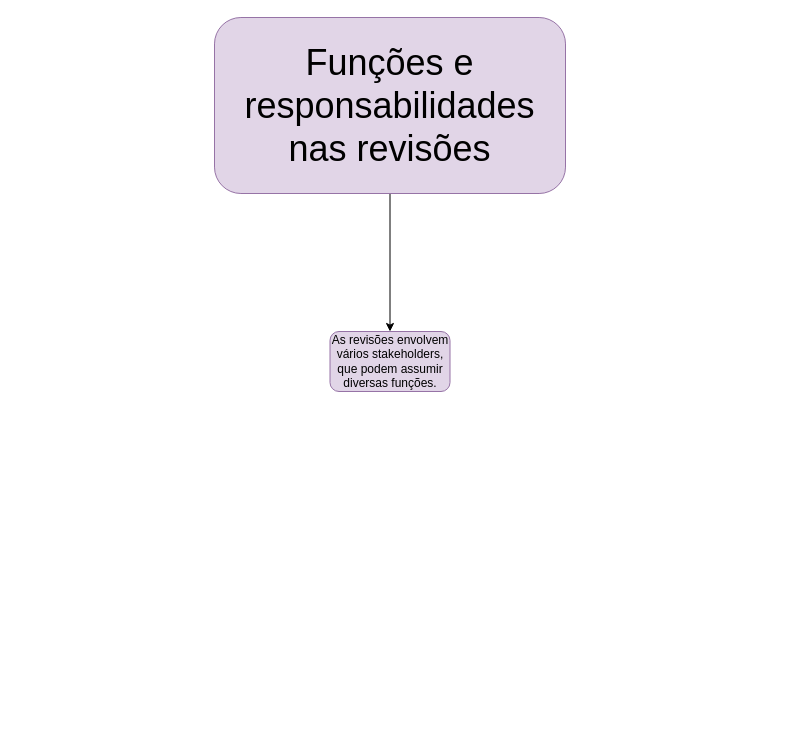
Natalirodriguess/estudos keeps this draw.io diagram as page "Subtopico 3.2.3" (7 of 9) of capitulo3.drawio. Above is the earlier version. Source tidied: cells renumbered, new cells numbered last; positions are measured from the earlier drawing's top-left corner, leaving out a move shared by most shapes. Both pictures are drawn from the tidied source at 100%, with x=0, y=0 at pixel (214, 17).
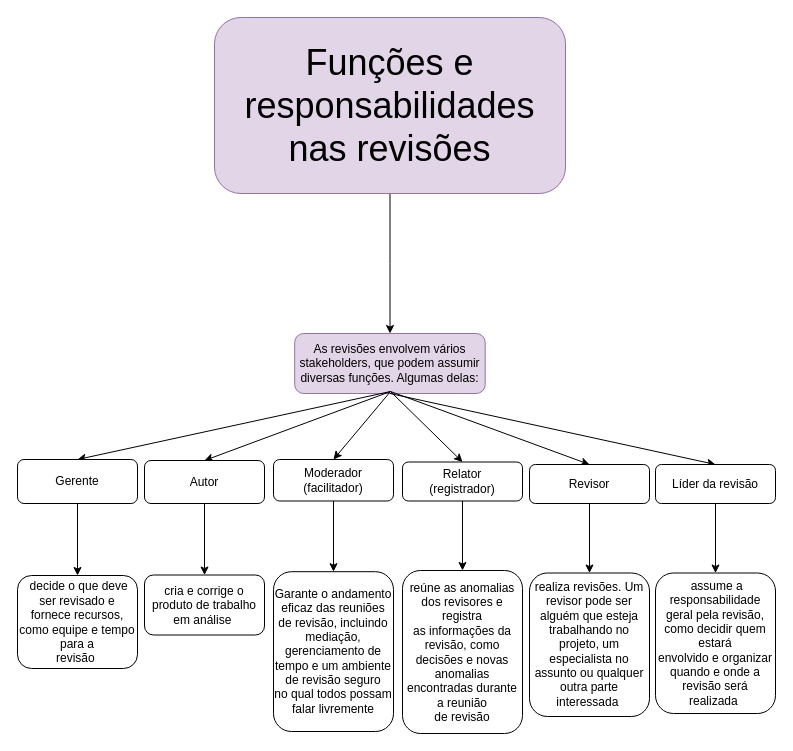
The same page after the edit.

The edit, as a diff of the source:
```diff
@@
-    <mxCell id="4" value="As revisões envolvem vários stakeholders, que podem assumir diversas funções." style="whiteSpace=wrap;html=1;fillColor=#e1d5e7;strokeColor=#9673a6;rounded=1;" parent="1" vertex="1">
-      <mxGeometry x="115.5" y="314" width="120" height="60" as="geometry" />
+    <mxCell id="4" value="As revisões envolvem vários stakeholders, que podem assumir diversas funções. Algumas delas:" style="whiteSpace=wrap;html=1;fillColor=#e1d5e7;strokeColor=#9673a6;rounded=1;" parent="1" vertex="1">
+      <mxGeometry x="80.2" y="316" width="190.5" height="60" as="geometry" />
     </mxCell>
+    <mxCell id="5" style="endArrow=classic;html=1;rounded=0;exitX=0.5;exitY=1;exitDx=0;exitDy=0;entryX=0.5;entryY=0;entryDx=0;entryDy=0;" parent="1" edge="1" target="7">
+      <mxGeometry relative="1" as="geometry">
+        <mxPoint x="176" y="374" as="sourcePoint" />
+      </mxGeometry>
+    </mxCell>
+    <mxCell id="6" style="edgeStyle=orthogonalEdgeStyle;rounded=0;jettySize=auto;html=1;" parent="1" edge="1" source="7" target="23">
+      <mxGeometry relative="1" as="geometry" />
+    </mxCell>
+    <mxCell id="7" value="Gerente" style="rounded=1;whiteSpace=wrap;html=1;" parent="1" vertex="1">
+      <mxGeometry x="-197" y="442" width="120" height="44" as="geometry" />
+    </mxCell>
+    <mxCell id="8" style="endArrow=classic;html=1;rounded=0;exitX=0.5;exitY=1;exitDx=0;exitDy=0;entryX=0.5;entryY=0;entryDx=0;entryDy=0;" parent="1" edge="1" target="10">
+      <mxGeometry relative="1" as="geometry">
+        <mxPoint x="176" y="374" as="sourcePoint" />
+      </mxGeometry>
+    </mxCell>
+    <mxCell id="9" style="edgeStyle=orthogonalEdgeStyle;rounded=0;jettySize=auto;html=1;" parent="1" edge="1" source="10" target="24">
+      <mxGeometry relative="1" as="geometry" />
+    </mxCell>
+    <mxCell id="10" value="Autor" style="rounded=1;whiteSpace=wrap;html=1;" parent="1" vertex="1">
+      <mxGeometry x="-70" y="443" width="120" height="43" as="geometry" />
+    </mxCell>
+    <mxCell id="11" style="endArrow=classic;html=1;rounded=0;exitX=0.5;exitY=1;exitDx=0;exitDy=0;entryX=0.5;entryY=0;entryDx=0;entryDy=0;" parent="1" edge="1" target="13">
+      <mxGeometry relative="1" as="geometry">
+        <mxPoint x="176" y="374" as="sourcePoint" />
+      </mxGeometry>
+    </mxCell>
+    <mxCell id="12" style="edgeStyle=orthogonalEdgeStyle;rounded=0;jettySize=auto;html=1;" parent="1" edge="1" source="13" target="25">
+      <mxGeometry relative="1" as="geometry" />
+    </mxCell>
+    <mxCell id="13" value="&lt;div&gt;Moderador&lt;br&gt;(&lt;span style=&quot;background-color: initial;&quot;&gt;facilitador)&lt;/span&gt;&lt;/div&gt;" style="rounded=1;whiteSpace=wrap;html=1;" parent="1" vertex="1">
+      <mxGeometry x="59" y="442" width="120" height="41.5" as="geometry" />
+    </mxCell>
+    <mxCell id="14" style="endArrow=classic;html=1;rounded=0;exitX=0.5;exitY=1;exitDx=0;exitDy=0;entryX=0.5;entryY=0;entryDx=0;entryDy=0;" parent="1" edge="1" target="16">
+      <mxGeometry relative="1" as="geometry">
+        <mxPoint x="176" y="374" as="sourcePoint" />
+      </mxGeometry>
+    </mxCell>
+    <mxCell id="15" style="edgeStyle=orthogonalEdgeStyle;rounded=0;jettySize=auto;html=1;" parent="1" edge="1" source="16" target="26">
+      <mxGeometry relative="1" as="geometry" />
+    </mxCell>
+    <mxCell id="16" value="Relator&lt;br&gt;(registrador)" style="rounded=1;whiteSpace=wrap;html=1;" parent="1" vertex="1">
+      <mxGeometry x="188" y="444.5" width="120" height="39" as="geometry" />
+    </mxCell>
+    <mxCell id="17" style="endArrow=classic;html=1;rounded=0;exitX=0.5;exitY=1;exitDx=0;exitDy=0;entryX=0.5;entryY=0;entryDx=0;entryDy=0;" parent="1" edge="1" target="19">
+      <mxGeometry relative="1" as="geometry">
+        <mxPoint x="176" y="374" as="sourcePoint" />
+      </mxGeometry>
+    </mxCell>
+    <mxCell id="18" style="edgeStyle=orthogonalEdgeStyle;rounded=0;jettySize=auto;html=1;" parent="1" edge="1" source="19" target="27">
+      <mxGeometry relative="1" as="geometry" />
+    </mxCell>
+    <mxCell id="19" value="Revisor" style="rounded=1;whiteSpace=wrap;html=1;" parent="1" vertex="1">
+      <mxGeometry x="315" y="447" width="120" height="39" as="geometry" />
+    </mxCell>
+    <mxCell id="20" style="endArrow=classic;html=1;rounded=0;exitX=0.5;exitY=1;exitDx=0;exitDy=0;entryX=0.5;entryY=0;entryDx=0;entryDy=0;" parent="1" edge="1" source="4" target="22">
+      <mxGeometry relative="1" as="geometry" />
+    </mxCell>
+    <mxCell id="21" style="edgeStyle=orthogonalEdgeStyle;rounded=0;jettySize=auto;html=1;" parent="1" edge="1" source="22" target="28">
+      <mxGeometry relative="1" as="geometry" />
+    </mxCell>
+    <mxCell id="22" value="Líder da revisão" style="rounded=1;whiteSpace=wrap;html=1;" parent="1" vertex="1">
+      <mxGeometry x="441" y="447" width="120" height="39" as="geometry" />
+    </mxCell>
+    <mxCell id="23" value="&amp;nbsp;decide o que deve ser revisado e fornece recursos, como equipe e tempo para a&lt;br/&gt;revisão&amp;nbsp;" style="whiteSpace=wrap;html=1;rounded=1;" parent="1" vertex="1">
+      <mxGeometry x="-197" y="558" width="120" height="93" as="geometry" />
+    </mxCell>
+    <mxCell id="24" value="cria e corrige o produto de trabalho em análise&amp;nbsp;" style="whiteSpace=wrap;html=1;rounded=1;" parent="1" vertex="1">
+      <mxGeometry x="-70" y="557.5" width="120" height="60" as="geometry" />
+    </mxCell>
+    <mxCell id="25" value="Garante o andamento eficaz das reuniões&lt;br&gt;de revisão, incluindo mediação, gerenciamento de tempo e um ambiente de revisão seguro&lt;br&gt;no qual todos possam falar livremente" style="whiteSpace=wrap;html=1;rounded=1;" parent="1" vertex="1">
+      <mxGeometry x="59" y="554.2" width="120" height="159.8" as="geometry" />
+    </mxCell>
+    <mxCell id="26" value="reúne as anomalias dos revisores e registra&lt;br&gt;as informações da revisão, como decisões e novas anomalias encontradas durante a reunião&lt;br&gt;de revisão" style="whiteSpace=wrap;html=1;rounded=1;" parent="1" vertex="1">
+      <mxGeometry x="188" y="553" width="120" height="163" as="geometry" />
+    </mxCell>
+    <mxCell id="27" value="realiza revisões. Um revisor pode ser alguém que esteja trabalhando no projeto, um&lt;br/&gt;especialista no assunto ou qualquer outra parte interessada&amp;nbsp;" style="whiteSpace=wrap;html=1;rounded=1;" parent="1" vertex="1">
+      <mxGeometry x="315" y="555.5" width="120" height="143.5" as="geometry" />
+    </mxCell>
+    <mxCell id="28" value="&amp;nbsp;assume a responsabilidade geral pela revisão, como decidir quem estará&lt;br/&gt;envolvido e organizar quando e onde a revisão será realizada&amp;nbsp;" style="whiteSpace=wrap;html=1;rounded=1;" parent="1" vertex="1">
+      <mxGeometry x="441" y="555.5" width="120" height="140.5" as="geometry" />
+    </mxCell>
+    <mxCell id="29" style="edgeStyle=orthogonalEdgeStyle;rounded=0;orthogonalLoop=1;jettySize=auto;html=1;exitX=0.5;exitY=1;exitDx=0;exitDy=0;" parent="1" edge="1" source="28" target="28">
+      <mxGeometry relative="1" as="geometry" />
+    </mxCell>
```
